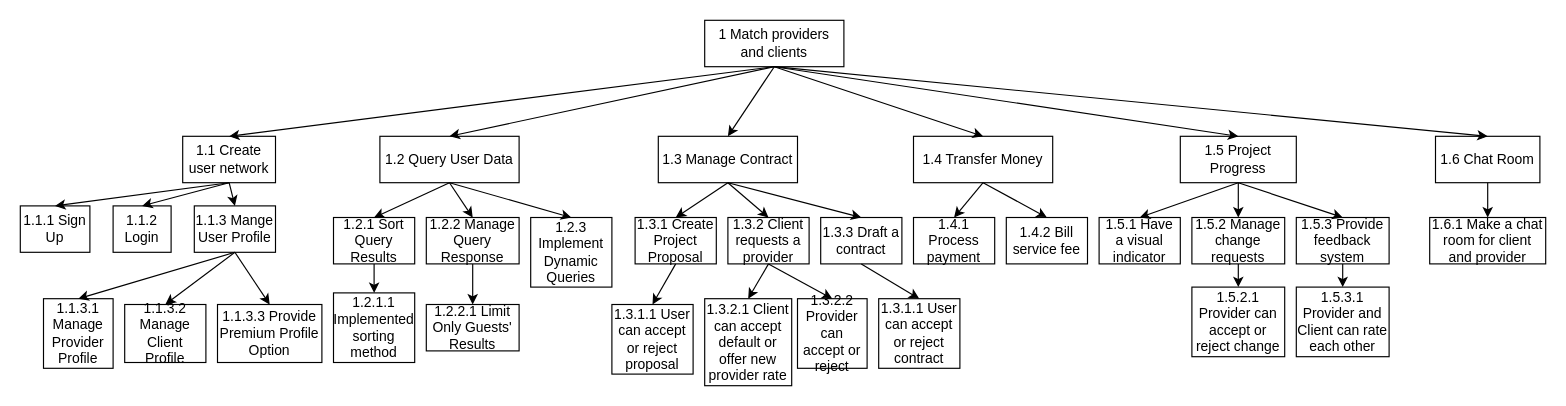
Above: Design Documentation/Analysis/Goal Hierarchy/Untitled Diagram.drawio in markomijovic/Agent-System-Matchmaking (draw.io), before the change. Source tidied: cells renumbered, new cells numbered last; positions are measured from the earlier drawing's top-left corner, leaving out a move shared by most shapes. Both pictures are drawn from the tidied source at 116%, with x=0, y=0 at pixel (20, 20).
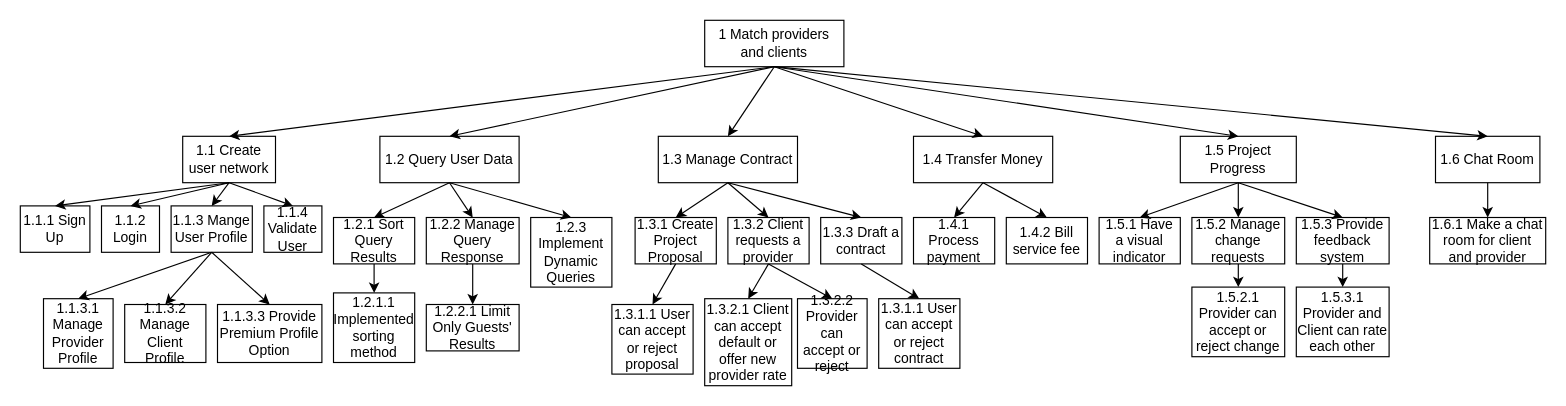
Above is the later version.

The change refers to these unchanged cells:
```xml
<mxCell id="3" value="1.1 Create user network" style="rounded=0;whiteSpace=wrap;html=1;" parent="1" vertex="1">
  <mxGeometry x="140" y="100" width="80" height="40" as="geometry" />
</mxCell>
```

The edit, as a diff of the source:
```diff
@@
     <mxCell id="16" value="1.1.2 Login" style="rounded=0;whiteSpace=wrap;html=1;" parent="1" vertex="1">
-      <mxGeometry x="80" y="160" width="50" height="40" as="geometry" />
+      <mxGeometry x="70" y="160" width="50" height="40" as="geometry" />
     </mxCell>
     <mxCell id="17" value="1.1.3 Mange User Profile" style="rounded=0;whiteSpace=wrap;html=1;" parent="1" vertex="1">
-      <mxGeometry x="150" y="160" width="70" height="40" as="geometry" />
+      <mxGeometry x="130" y="160" width="70" height="40" as="geometry" />
     </mxCell>
@@
+    <mxCell id="67" value="1.1.4 Validate User" style="rounded=0;whiteSpace=wrap;html=1;" parent="1" vertex="1">
+      <mxGeometry x="210" y="160" width="50" height="40" as="geometry" />
+    </mxCell>
+    <mxCell id="68" style="endArrow=classic;html=1;rounded=0;exitX=0.5;exitY=1;exitDx=0;exitDy=0;entryX=0.5;entryY=0;entryDx=0;entryDy=0;" parent="1" edge="1" source="3" target="67">
+      <mxGeometry relative="1" as="geometry" />
+    </mxCell>
```
